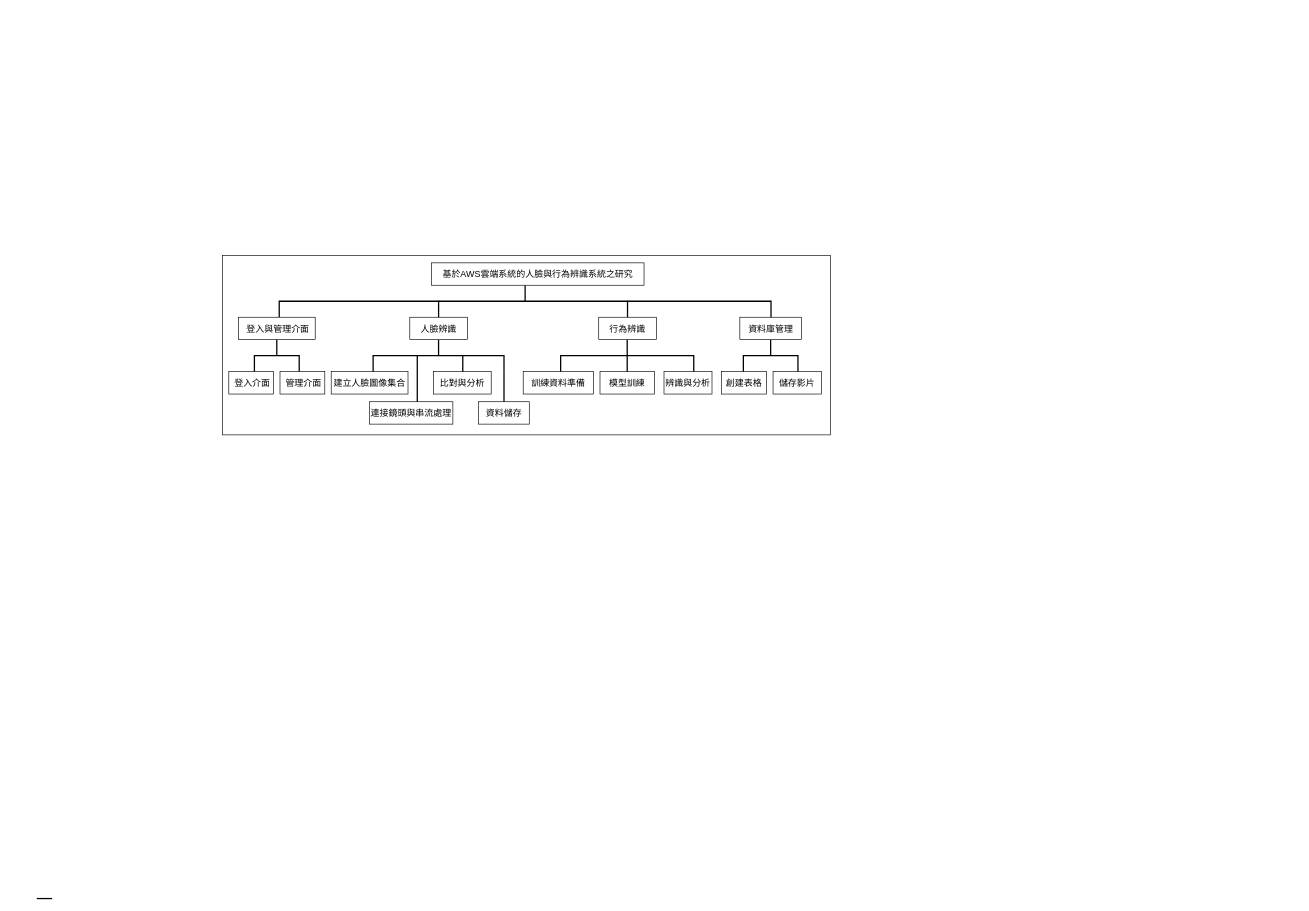
Before: diagram/未命名绘图.drawio in sen2003/aws_faceDetect_project, a draw.io diagram. Source tidied: cells renumbered, new cells numbered last; positions are measured from the earlier drawing's top-left corner, leaving out a move shared by most shapes. Both pictures are drawn from the tidied source at 64%, with x=0, y=0 at pixel (11, 11).
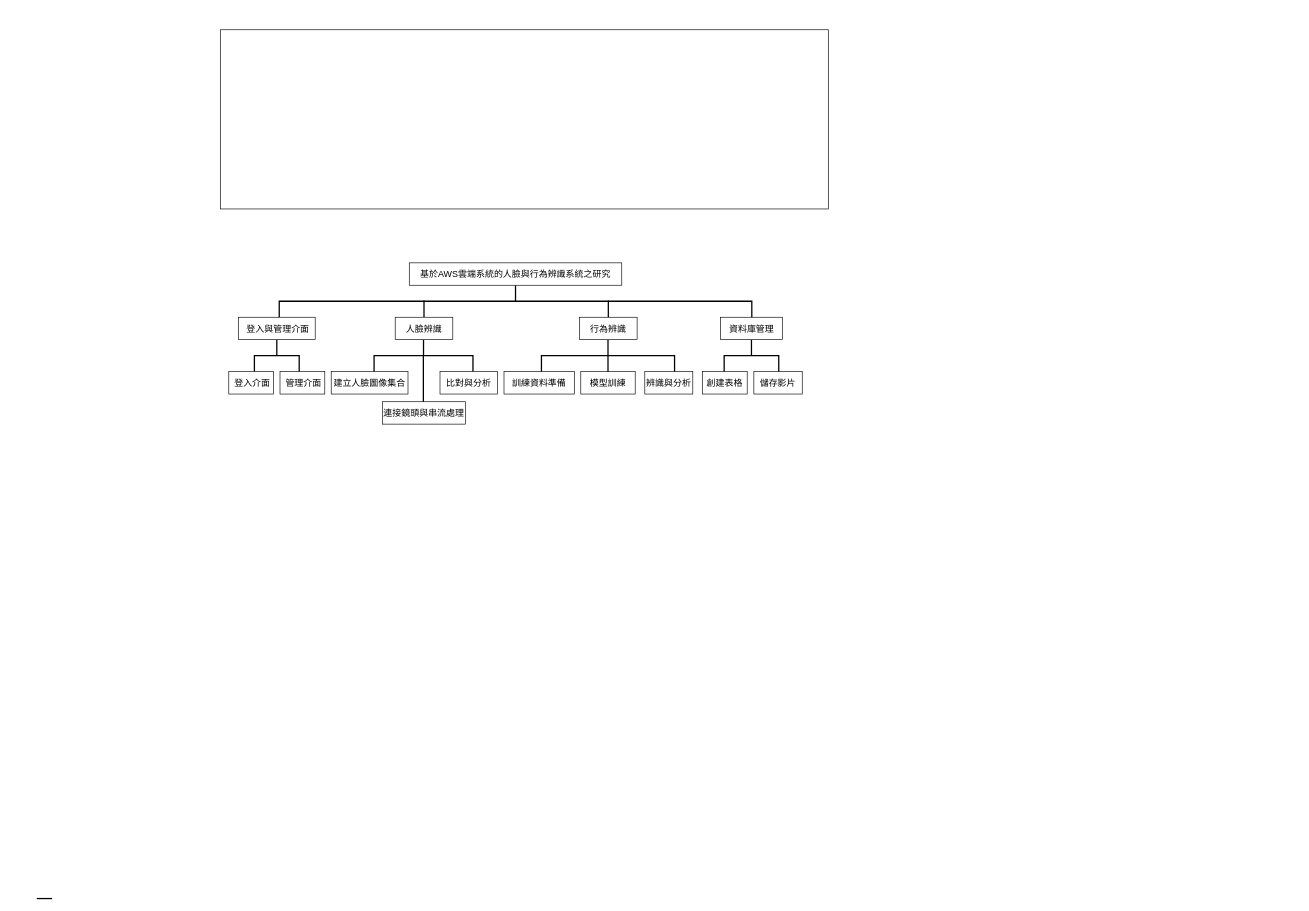
Above is the later version.

Unchanged cells that the change refers to:
```xml
<mxCell id="3" style="group;strokeWidth=2;" parent="1" vertex="1">
  <mxGeometry x="510" y="149" width="1500.6" height="1200" as="geometry" />
</mxCell>
<mxCell id="8" style="group;" parent="7" vertex="1">
  <mxGeometry width="236.4" height="120" as="geometry" />
</mxCell>
<mxCell id="15" style="group;" parent="4" vertex="1">
  <mxGeometry x="210" y="374.2" width="373.5" height="143" as="geometry" />
</mxCell>
<mxCell id="30" style="group;" parent="29" vertex="1">
  <mxGeometry width="298.3" height="205" as="geometry" />
</mxCell>
```

What changed in the source:
```diff
@@
     <mxCell id="2" style="rounded=0;whiteSpace=wrap;html=1;" parent="1" vertex="1">
-      <mxGeometry x="330" y="382" width="950" height="280" as="geometry" />
+      <mxGeometry x="327" y="29" width="950" height="280" as="geometry" />
     </mxCell>
@@
     <mxCell id="4" style="group;" parent="3" vertex="1">
-      <mxGeometry x="-230" y="-10" width="1367" height="505.6" as="geometry" />
+      <mxGeometry x="-230" y="-10" width="1367" height="683.4" as="geometry" />
     </mxCell>
@@
+    <mxCell id="45" style="group;" parent="8" vertex="1">
+      <mxGeometry x="-30" width="156" height="120" as="geometry" />
+    </mxCell>
-    <mxCell id="9" style="strokeWidth=2;html=1;shape=mxgraph.flowchart.annotation_2;align=left;labelPosition=right;direction=south;" parent="8" vertex="1">
+    <mxCell id="9" style="strokeWidth=2;html=1;shape=mxgraph.flowchart.annotation_2;align=left;labelPosition=right;direction=south;" parent="45" vertex="1">
       <mxGeometry x="34" y="35" width="85.3" height="50" as="geometry" />
     </mxCell>
-    <mxCell id="10" value="&lt;div style=&quot;font-size: 14px;&quot;&gt;創建表格&lt;/div&gt;" style="rounded=0;whiteSpace=wrap;html=1;align=center;" parent="8" vertex="1">
+    <mxCell id="10" value="&lt;div style=&quot;font-size: 14px;&quot;&gt;創建表格&lt;/div&gt;" style="rounded=0;whiteSpace=wrap;html=1;align=center;" parent="45" vertex="1">
       <mxGeometry y="85" width="70" height="35" as="geometry" />
     </mxCell>
-    <mxCell id="11" value="&lt;div&gt;&lt;font style=&quot;font-size: 14px;&quot;&gt;儲存影片&lt;/font&gt;&lt;/div&gt;" style="rounded=0;whiteSpace=wrap;html=1;align=center;" parent="8" vertex="1">
+    <mxCell id="11" value="&lt;div&gt;&lt;font style=&quot;font-size: 14px;&quot;&gt;儲存影片&lt;/font&gt;&lt;/div&gt;" style="rounded=0;whiteSpace=wrap;html=1;align=center;" parent="45" vertex="1">
       <mxGeometry x="80.4" y="85" width="75.6" height="35" as="geometry" />
     </mxCell>
-    <mxCell id="12" value="&lt;font style=&quot;font-size: 14px;&quot;&gt;資料庫管理&lt;/font&gt;" style="rounded=0;whiteSpace=wrap;html=1;" parent="8" vertex="1">
+    <mxCell id="12" value="&lt;font style=&quot;font-size: 14px;&quot;&gt;資料庫管理&lt;/font&gt;" style="rounded=0;whiteSpace=wrap;html=1;" parent="45" vertex="1">
       <mxGeometry x="28.5" width="96.4" height="35" as="geometry" />
     </mxCell>
     <mxCell id="13" style="strokeWidth=2;html=1;shape=mxgraph.flowchart.annotation_2;align=left;labelPosition=right;rotation=90;perimeterSpacing=0;flipV=0;flipH=1;direction=west;" parent="4" vertex="1">
-      <mxGeometry x="498" y="-70" width="50" height="768.4" as="geometry" />
+      <mxGeometry x="483" y="-55" width="50" height="738.4" as="geometry" />
     </mxCell>
     <mxCell id="14" value="&lt;font style=&quot;font-size: 14px;&quot;&gt;基於AWS雲端系統的人臉與行為辨識系統之研究&lt;/font&gt;" style="rounded=0;whiteSpace=wrap;html=1;" parent="4" vertex="1">
-      <mxGeometry x="376.8" y="254.2" width="332" height="35" as="geometry" />
+      <mxGeometry x="342" y="254.2" width="332" height="35" as="geometry" />
     </mxCell>
@@
-    <mxCell id="16" style="group;" parent="15" vertex="1">
-      <mxGeometry x="10" width="353" height="143" as="geometry" />
-    </mxCell>
-    <mxCell id="17" style="strokeWidth=2;html=1;shape=mxgraph.flowchart.annotation_2;align=left;labelPosition=right;direction=south;" parent="16" vertex="1">
-      <mxGeometry x="65.5" width="204.5" height="50" as="geometry" />
+    <mxCell id="17" style="strokeWidth=2;html=1;shape=mxgraph.flowchart.annotation_2;align=left;labelPosition=right;direction=south;" parent="15" vertex="1">
+      <mxGeometry x="77" width="154.5" height="50" as="geometry" />
     </mxCell>
-    <mxCell id="18" value="&lt;div style=&quot;font-size: 14px;&quot;&gt;建立人臉圖像集合&lt;/div&gt;" style="rounded=0;whiteSpace=wrap;html=1;align=center;" parent="16" vertex="1">
-      <mxGeometry y="50" width="120" height="35" as="geometry" />
+    <mxCell id="18" value="&lt;div style=&quot;font-size: 14px;&quot;&gt;建立人臉圖像集合&lt;/div&gt;" style="rounded=0;whiteSpace=wrap;html=1;align=center;" parent="15" vertex="1">
+      <mxGeometry x="10" y="50" width="120" height="35" as="geometry" />
     </mxCell>
-    <mxCell id="19" style="group;" parent="16" vertex="1">
-      <mxGeometry x="69.5" y="82" width="110" height="61" as="geometry" />
+    <mxCell id="19" style="group;" parent="15" vertex="1">
+      <mxGeometry x="90" y="82" width="110" height="61" as="geometry" />
     </mxCell>
     <mxCell id="20" value="&lt;div&gt;&lt;font style=&quot;font-size: 14px;&quot;&gt;連接鏡頭與串流處理&lt;/font&gt;&lt;/div&gt;" style="rounded=0;whiteSpace=wrap;html=1;align=center;" parent="19" vertex="1">
-      <mxGeometry x="-9.4" y="15" width="130" height="35" as="geometry" />
+      <mxGeometry y="15" width="130" height="35" as="geometry" />
     </mxCell>
-    <mxCell id="21" style="line;strokeWidth=2;direction=south;html=1;perimeter=backbonePerimeter;" parent="16" vertex="1">
-      <mxGeometry x="129.5" y="24" width="10" height="73" as="geometry" />
+    <mxCell id="21" style="line;strokeWidth=2;direction=south;html=1;perimeter=backbonePerimeter;" parent="15" vertex="1">
+      <mxGeometry x="149" y="24" width="10" height="73" as="geometry" />
     </mxCell>
-    <mxCell id="22" value="&lt;div style=&quot;font-size: 14px;&quot;&gt;&lt;font style=&quot;font-size: 14px;&quot;&gt;比對與分析&lt;/font&gt;&lt;/div&gt;" style="rounded=0;whiteSpace=wrap;html=1;" parent="16" vertex="1">
-      <mxGeometry x="160" y="50" width="90" height="35" as="geometry" />
-    </mxCell>
-    <mxCell id="23" style="line;strokeWidth=2;direction=south;html=1;perimeter=backbonePerimeter;" parent="16" vertex="1">
-      <mxGeometry x="200.6" y="24" width="10" height="26" as="geometry" />
-    </mxCell>
-    <mxCell id="24" value="&lt;div style=&quot;font-size: 14px;&quot;&gt;&lt;font style=&quot;font-size: 14px;&quot;&gt;資料儲存&lt;/font&gt;&lt;/div&gt;" style="rounded=0;whiteSpace=wrap;html=1;" parent="16" vertex="1">
-      <mxGeometry x="230" y="97" width="79.5" height="35" as="geometry" />
-    </mxCell>
-    <mxCell id="25" style="edgeStyle=orthogonalEdgeStyle;rounded=0;jettySize=auto;html=1;exitX=1;exitY=0;exitDx=0;exitDy=0;exitPerimeter=0;endArrow=none;endFill=0;strokeWidth=2;" parent="16" edge="1" source="17" target="24">
-      <mxGeometry relative="1" as="geometry">
-        <Array as="points">
-          <mxPoint x="270" y="84" />
-          <mxPoint x="270" y="84" />
-        </Array>
-      </mxGeometry>
-    </mxCell>
-    <mxCell id="26" style="group;" parent="16" vertex="1">
-      <mxGeometry x="122.8" y="-61" width="90" height="61" as="geometry" />
+    <mxCell id="26" style="group;" parent="15" vertex="1">
+      <mxGeometry x="110" y="-61" width="90" height="61" as="geometry" />
     </mxCell>
@@
+    <mxCell id="22" value="&lt;div style=&quot;font-size: 14px;&quot;&gt;&lt;font style=&quot;font-size: 14px;&quot;&gt;比對與分析&lt;/font&gt;&lt;/div&gt;" style="rounded=0;whiteSpace=wrap;html=1;" parent="15" vertex="1">
+      <mxGeometry x="180" y="50" width="90" height="35" as="geometry" />
+    </mxCell>
@@
+    <mxCell id="46" style="group;" parent="30" vertex="1">
+      <mxGeometry x="-75" width="295" height="146" as="geometry" />
+    </mxCell>
-    <mxCell id="31" style="line;strokeWidth=2;direction=south;html=1;perimeter=backbonePerimeter;" parent="30" vertex="1">
-      <mxGeometry x="113" width="10" height="40" as="geometry" />
+    <mxCell id="31" style="line;strokeWidth=2;direction=south;html=1;perimeter=backbonePerimeter;" parent="46" vertex="1">
+      <mxGeometry x="158" width="10" height="40" as="geometry" />
     </mxCell>
-    <mxCell id="32" value="&lt;font style=&quot;font-size: 14px;&quot;&gt;行為辨識&lt;/font&gt;" style="rounded=0;whiteSpace=wrap;html=1;" parent="30" vertex="1">
-      <mxGeometry x="73" y="26" width="90" height="35" as="geometry" />
+    <mxCell id="32" value="&lt;font style=&quot;font-size: 14px;&quot;&gt;行為辨識&lt;/font&gt;" style="rounded=0;whiteSpace=wrap;html=1;" parent="46" vertex="1">
+      <mxGeometry x="118" y="26" width="90" height="35" as="geometry" />
     </mxCell>
-    <mxCell id="33" style="strokeWidth=2;html=1;shape=mxgraph.flowchart.annotation_2;align=left;labelPosition=right;direction=south;" parent="30" vertex="1">
-      <mxGeometry x="13.5" y="61" width="208" height="50" as="geometry" />
+    <mxCell id="33" style="strokeWidth=2;html=1;shape=mxgraph.flowchart.annotation_2;align=left;labelPosition=right;direction=south;" parent="46" vertex="1">
+      <mxGeometry x="58.5" y="61" width="208" height="50" as="geometry" />
     </mxCell>
-    <mxCell id="34" value="&lt;div style=&quot;font-size: 14px;&quot;&gt;&lt;font style=&quot;font-size: 14px;&quot;&gt;訓練資料準備&lt;/font&gt;&lt;/div&gt;" style="rounded=0;whiteSpace=wrap;html=1;align=center;" parent="30" vertex="1">
-      <mxGeometry x="-45" y="111" width="110" height="35" as="geometry" />
+    <mxCell id="34" value="&lt;div style=&quot;font-size: 14px;&quot;&gt;&lt;font style=&quot;font-size: 14px;&quot;&gt;訓練資料準備&lt;/font&gt;&lt;/div&gt;" style="rounded=0;whiteSpace=wrap;html=1;align=center;" parent="46" vertex="1">
+      <mxGeometry y="111" width="110" height="35" as="geometry" />
     </mxCell>
-    <mxCell id="35" value="&lt;div style=&quot;font-size: 14px;&quot;&gt;&lt;font style=&quot;font-size: 14px;&quot;&gt;辨識與分析&lt;/font&gt;&lt;/div&gt;" style="rounded=0;whiteSpace=wrap;html=1;" parent="30" vertex="1">
-      <mxGeometry x="175" y="111" width="75" height="35" as="geometry" />
+    <mxCell id="35" value="&lt;div style=&quot;font-size: 14px;&quot;&gt;&lt;font style=&quot;font-size: 14px;&quot;&gt;辨識與分析&lt;/font&gt;&lt;/div&gt;" style="rounded=0;whiteSpace=wrap;html=1;" parent="46" vertex="1">
+      <mxGeometry x="220" y="111" width="75" height="35" as="geometry" />
     </mxCell>
-    <mxCell id="36" value="&lt;div style=&quot;font-size: 14px;&quot;&gt;模型訓練&lt;/div&gt;" style="rounded=0;whiteSpace=wrap;html=1;" parent="30" vertex="1">
-      <mxGeometry x="75" y="111" width="85" height="35" as="geometry" />
+    <mxCell id="36" value="&lt;div style=&quot;font-size: 14px;&quot;&gt;模型訓練&lt;/div&gt;" style="rounded=0;whiteSpace=wrap;html=1;" parent="46" vertex="1">
+      <mxGeometry x="120" y="111" width="85" height="35" as="geometry" />
     </mxCell>
-    <mxCell id="37" style="line;strokeWidth=2;direction=south;html=1;perimeter=backbonePerimeter;" parent="30" vertex="1">
-      <mxGeometry x="112.5" y="85" width="10" height="26" as="geometry" />
+    <mxCell id="37" style="line;strokeWidth=2;direction=south;html=1;perimeter=backbonePerimeter;" parent="46" vertex="1">
+      <mxGeometry x="157.5" y="85" width="10" height="26" as="geometry" />
     </mxCell>
```
